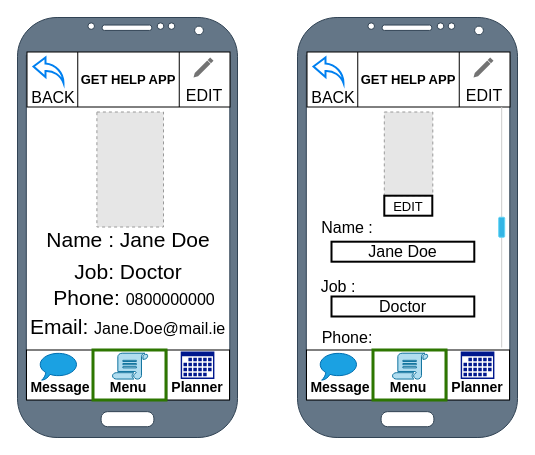
The draw.io diagram ProtoTypes/ProtoType Week 5Menu.drawio in TeamProjectStarneo/get_help_app, before the edit. Source tidied: cells renumbered, new cells numbered last; positions are measured from the earlier drawing's top-left corner, leaving out a move shared by most shapes. Both pictures are drawn from the tidied source at 100%, with x=0, y=0 at pixel (17, 17). Pictures stored in the file or linked from it are replaced by grey dashed boxes.
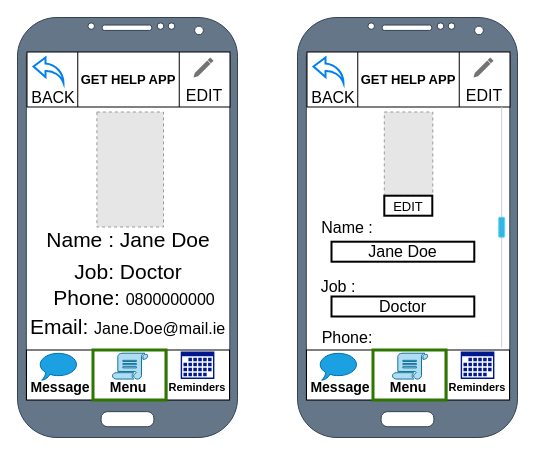
The same diagram, later.

Change to the diagram source:
```diff
@@
-    <mxCell id="8" value="&lt;b&gt;&lt;font style=&quot;font-size: 14px&quot;&gt;Planner&lt;/font&gt;&lt;/b&gt;" style="text;html=1;strokeColor=none;fillColor=none;align=center;verticalAlign=middle;whiteSpace=wrap;rounded=0;" parent="1" vertex="1">
+    <mxCell id="8" value="&lt;b&gt;&lt;font style=&quot;font-size: 11px&quot;&gt;Reminders&lt;/font&gt;&lt;/b&gt;" style="text;html=1;strokeColor=none;fillColor=none;align=center;verticalAlign=middle;whiteSpace=wrap;rounded=0;" parent="1" vertex="1">
       <mxGeometry x="440" y="360" width="40" height="20" as="geometry" />
     </mxCell>
@@
-    <mxCell id="29" value="&lt;b&gt;&lt;font style=&quot;font-size: 14px&quot;&gt;Planner&lt;/font&gt;&lt;/b&gt;" style="text;html=1;strokeColor=none;fillColor=none;align=center;verticalAlign=middle;whiteSpace=wrap;rounded=0;" parent="1" vertex="1">
+    <mxCell id="29" value="&lt;b&gt;&lt;font style=&quot;font-size: 11px&quot;&gt;Reminders&lt;/font&gt;&lt;/b&gt;" style="text;html=1;strokeColor=none;fillColor=none;align=center;verticalAlign=middle;whiteSpace=wrap;rounded=0;" parent="1" vertex="1">
       <mxGeometry x="160" y="360" width="40" height="20" as="geometry" />
     </mxCell>
```
